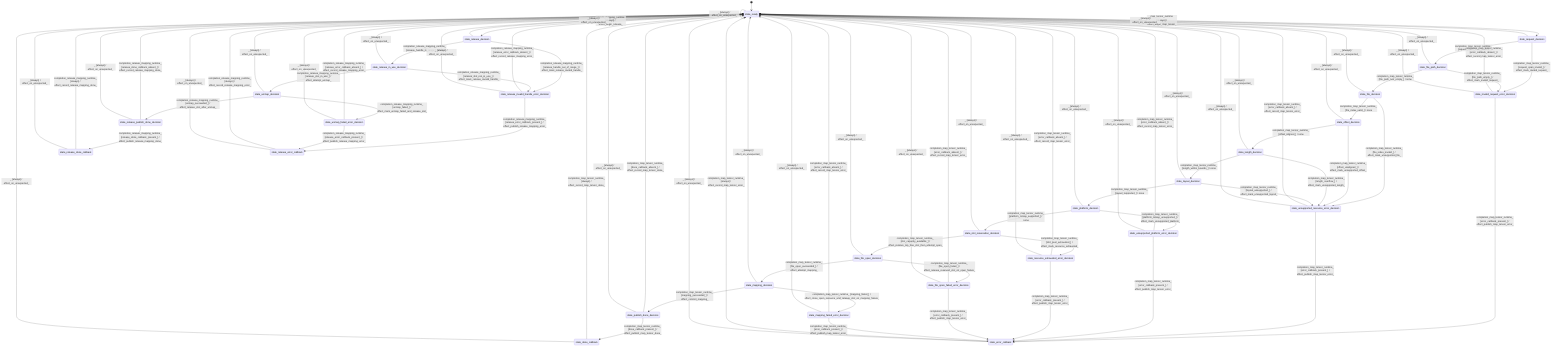
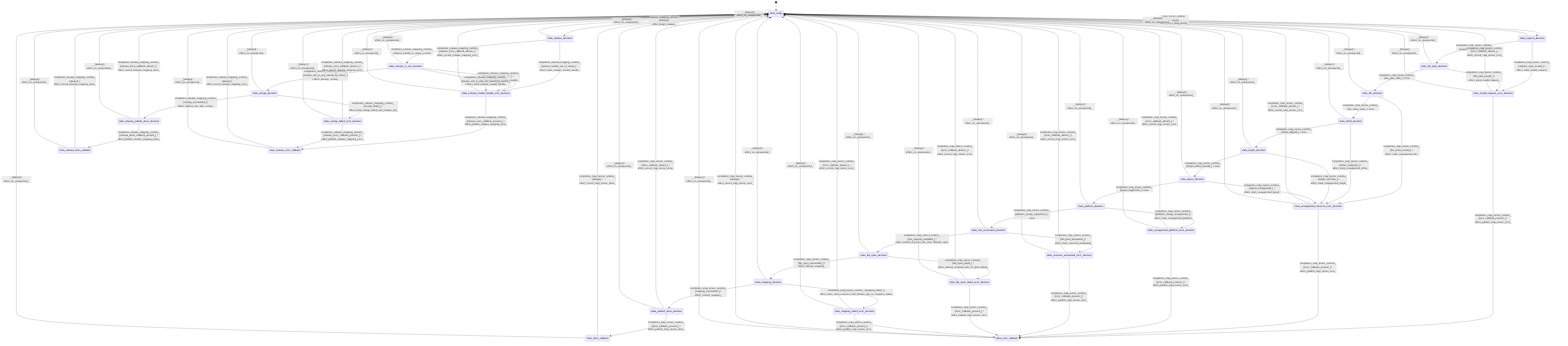
stateDiagram-v2
  direction TB
  [*] --> state_ready
  state_ready --> state_request_decision : map_tensor_runtime [always] / effect_begin_map_tensor_
  state_request_decision --> state_file_path_decision : completion_map_tensor_runtime_ [request_span_valid_] / none
  state_request_decision --> state_invalid_request_error_decision : completion_map_tensor_runtime_ [request_span_invalid_] / effect_mark_invalid_request_
-   state_file_path_decision --> state_file_decision : completion_map_tensor_runtime_ [file_path_non_empty_] / none
-   state_file_path_decision --> state_invalid_request_error_decision : completion_map_tensor_runtime_ [file_path_empty_] / effect_mark_invalid_request_
+   state_file_path_decision --> state_file_decision : completion_map_tensor_runtime_ [file_path_valid_] / none
+   state_file_path_decision --> state_invalid_request_error_decision : completion_map_tensor_runtime_ [file_path_invalid_] / effect_mark_invalid_request_
  state_file_decision --> state_offset_decision : completion_map_tensor_runtime_ [file_index_valid_] / none
  state_file_decision --> state_unsupported_resource_error_decision : completion_map_tensor_runtime_ [file_index_invalid_] / effect_mark_unsupported_file_
  state_offset_decision --> state_length_decision : completion_map_tensor_runtime_ [offset_aligned_] / none
  state_offset_decision --> state_unsupported_resource_error_decision : completion_map_tensor_runtime_ [offset_unaligned_] / effect_mark_unsupported_offset_
  state_length_decision --> state_layout_decision : completion_map_tensor_runtime_ [length_within_bounds_] / none
  state_length_decision --> state_unsupported_resource_error_decision : completion_map_tensor_runtime_ [length_overflow_] / effect_mark_unsupported_length_
  state_layout_decision --> state_platform_decision : completion_map_tensor_runtime_ [layout_supported_] / none
  state_layout_decision --> state_unsupported_resource_error_decision : completion_map_tensor_runtime_ [layout_unsupported_] / effect_mark_unsupported_layout_
  state_platform_decision --> state_slot_reservation_decision : completion_map_tensor_runtime_ [platform_mmap_supported_] / none
  state_platform_decision --> state_unsupported_platform_error_decision : completion_map_tensor_runtime_ [platform_mmap_unsupported_] / effect_mark_unsupported_platform_
  state_slot_reservation_decision --> state_file_open_decision : completion_map_tensor_runtime_ [slot_capacity_available_] / effect_reserve_top_free_slot_then_attempt_open_
  state_slot_reservation_decision --> state_resource_exhausted_error_decision : completion_map_tensor_runtime_ [slot_pool_exhausted_] / effect_mark_resource_exhausted_
  state_file_open_decision --> state_mapping_decision : completion_map_tensor_runtime_ [file_open_succeeded_] / effect_attempt_mapping_
  state_file_open_decision --> state_file_open_failed_error_decision : completion_map_tensor_runtime_ [file_open_failed_] / effect_release_reserved_slot_on_open_failure_
  state_mapping_decision --> state_publish_done_decision : completion_map_tensor_runtime_ [mapping_succeeded_] / effect_commit_mapping_
  state_mapping_decision --> state_mapping_failed_error_decision : completion_map_tensor_runtime_ [mapping_failed_] / effect_close_open_resource_and_release_slot_on_mapping_failure_
  state_publish_done_decision --> state_done_callback : completion_map_tensor_runtime_ [done_callback_present_] / effect_publish_map_tensor_done_
  state_publish_done_decision --> state_ready : completion_map_tensor_runtime_ [done_callback_absent_] / effect_record_map_tensor_done_
  state_done_callback --> state_ready : completion_map_tensor_runtime_ [always] / effect_record_map_tensor_done_
  state_invalid_request_error_decision --> state_error_callback : completion_map_tensor_runtime_ [error_callback_present_] / effect_publish_map_tensor_error_
  state_invalid_request_error_decision --> state_ready : completion_map_tensor_runtime_ [error_callback_absent_] / effect_record_map_tensor_error_
  state_unsupported_resource_error_decision --> state_error_callback : completion_map_tensor_runtime_ [error_callback_present_] / effect_publish_map_tensor_error_
  state_unsupported_resource_error_decision --> state_ready : completion_map_tensor_runtime_ [error_callback_absent_] / effect_record_map_tensor_error_
  state_unsupported_platform_error_decision --> state_error_callback : completion_map_tensor_runtime_ [error_callback_present_] / effect_publish_map_tensor_error_
  state_unsupported_platform_error_decision --> state_ready : completion_map_tensor_runtime_ [error_callback_absent_] / effect_record_map_tensor_error_
  state_resource_exhausted_error_decision --> state_error_callback : completion_map_tensor_runtime_ [error_callback_present_] / effect_publish_map_tensor_error_
  state_resource_exhausted_error_decision --> state_ready : completion_map_tensor_runtime_ [error_callback_absent_] / effect_record_map_tensor_error_
  state_file_open_failed_error_decision --> state_error_callback : completion_map_tensor_runtime_ [error_callback_present_] / effect_publish_map_tensor_error_
  state_file_open_failed_error_decision --> state_ready : completion_map_tensor_runtime_ [error_callback_absent_] / effect_record_map_tensor_error_
  state_mapping_failed_error_decision --> state_error_callback : completion_map_tensor_runtime_ [error_callback_present_] / effect_publish_map_tensor_error_
  state_mapping_failed_error_decision --> state_ready : completion_map_tensor_runtime_ [error_callback_absent_] / effect_record_map_tensor_error_
  state_error_callback --> state_ready : completion_map_tensor_runtime_ [always] / effect_record_map_tensor_error_
  state_ready --> state_release_decision : release_mapping_runtime [always] / effect_begin_release_
  state_release_decision --> state_release_in_use_decision : completion_release_mapping_runtime_ [release_handle_in_range_] / none
  state_release_decision --> state_release_invalid_handle_error_decision : completion_release_mapping_runtime_ [release_handle_out_of_range_] / effect_mark_release_invalid_handle_
-   state_release_in_use_decision --> state_unmap_decision : completion_release_mapping_runtime_ [release_slot_in_use_] / effect_attempt_unmap_
+   state_release_in_use_decision --> state_unmap_decision : completion_release_mapping_runtime_ [release_slot_in_use_owned_by_tensor_] / effect_attempt_unmap_
  state_release_in_use_decision --> state_release_invalid_handle_error_decision : completion_release_mapping_runtime_ [release_slot_not_in_use_] / effect_mark_release_invalid_handle_
+   state_release_in_use_decision --> state_release_invalid_handle_error_decision : completion_release_mapping_runtime_ [release_slot_in_use_not_owned_by_tensor_] / effect_mark_release_invalid_handle_
  state_unmap_decision --> state_release_publish_done_decision : completion_release_mapping_runtime_ [unmap_succeeded_] / effect_release_slot_after_unmap_
  state_unmap_decision --> state_unmap_failed_error_decision : completion_release_mapping_runtime_ [unmap_failed_] / effect_mark_unmap_failed_and_release_slot_
  state_release_publish_done_decision --> state_release_done_callback : completion_release_mapping_runtime_ [release_done_callback_present_] / effect_publish_release_mapping_done_
  state_release_publish_done_decision --> state_ready : completion_release_mapping_runtime_ [release_done_callback_absent_] / effect_record_release_mapping_done_
  state_release_done_callback --> state_ready : completion_release_mapping_runtime_ [always] / effect_record_release_mapping_done_
  state_release_invalid_handle_error_decision --> state_release_error_callback : completion_release_mapping_runtime_ [release_error_callback_present_] / effect_publish_release_mapping_error_
  state_release_invalid_handle_error_decision --> state_ready : completion_release_mapping_runtime_ [release_error_callback_absent_] / effect_record_release_mapping_error_
  state_unmap_failed_error_decision --> state_release_error_callback : completion_release_mapping_runtime_ [release_error_callback_present_] / effect_publish_release_mapping_error_
  state_unmap_failed_error_decision --> state_ready : completion_release_mapping_runtime_ [release_error_callback_absent_] / effect_record_release_mapping_error_
  state_release_error_callback --> state_ready : completion_release_mapping_runtime_ [always] / effect_record_release_mapping_error_
  state_ready --> state_ready : _ [always] / effect_on_unexpected_
  state_request_decision --> state_ready : _ [always] / effect_on_unexpected_
  state_file_path_decision --> state_ready : _ [always] / effect_on_unexpected_
  state_file_decision --> state_ready : _ [always] / effect_on_unexpected_
  state_offset_decision --> state_ready : _ [always] / effect_on_unexpected_
  state_length_decision --> state_ready : _ [always] / effect_on_unexpected_
  state_layout_decision --> state_ready : _ [always] / effect_on_unexpected_
  state_platform_decision --> state_ready : _ [always] / effect_on_unexpected_
  state_slot_reservation_decision --> state_ready : _ [always] / effect_on_unexpected_
  state_file_open_decision --> state_ready : _ [always] / effect_on_unexpected_
  state_mapping_decision --> state_ready : _ [always] / effect_on_unexpected_
  state_publish_done_decision --> state_ready : _ [always] / effect_on_unexpected_
  state_done_callback --> state_ready : _ [always] / effect_on_unexpected_
  state_invalid_request_error_decision --> state_ready : _ [always] / effect_on_unexpected_
  state_unsupported_resource_error_decision --> state_ready : _ [always] / effect_on_unexpected_
  state_unsupported_platform_error_decision --> state_ready : _ [always] / effect_on_unexpected_
  state_resource_exhausted_error_decision --> state_ready : _ [always] / effect_on_unexpected_
  state_file_open_failed_error_decision --> state_ready : _ [always] / effect_on_unexpected_
  state_mapping_failed_error_decision --> state_ready : _ [always] / effect_on_unexpected_
  state_error_callback --> state_ready : _ [always] / effect_on_unexpected_
  state_release_decision --> state_ready : _ [always] / effect_on_unexpected_
  state_release_in_use_decision --> state_ready : _ [always] / effect_on_unexpected_
  state_unmap_decision --> state_ready : _ [always] / effect_on_unexpected_
  state_release_publish_done_decision --> state_ready : _ [always] / effect_on_unexpected_
  state_release_done_callback --> state_ready : _ [always] / effect_on_unexpected_
  state_release_invalid_handle_error_decision --> state_ready : _ [always] / effect_on_unexpected_
  state_unmap_failed_error_decision --> state_ready : _ [always] / effect_on_unexpected_
  state_release_error_callback --> state_ready : _ [always] / effect_on_unexpected_
